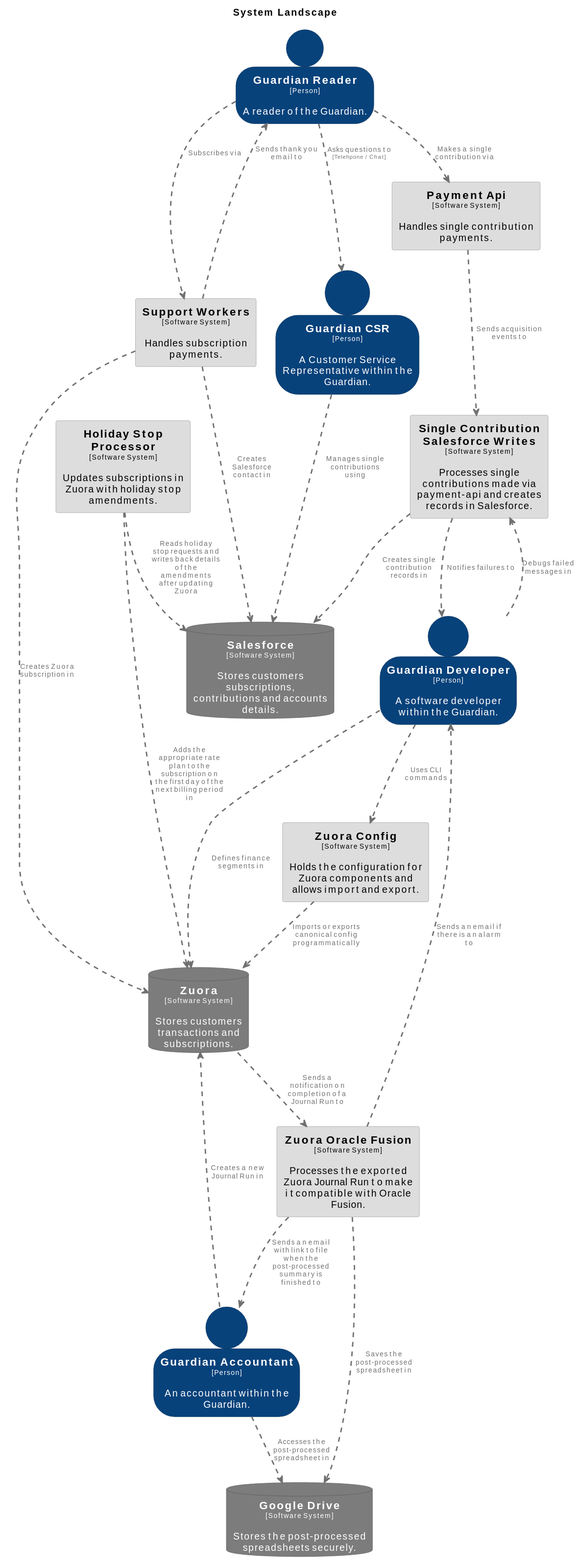
Before: images/landscape.svg, a diagram exported from PlantUML (guardian/architecture-diagrams).
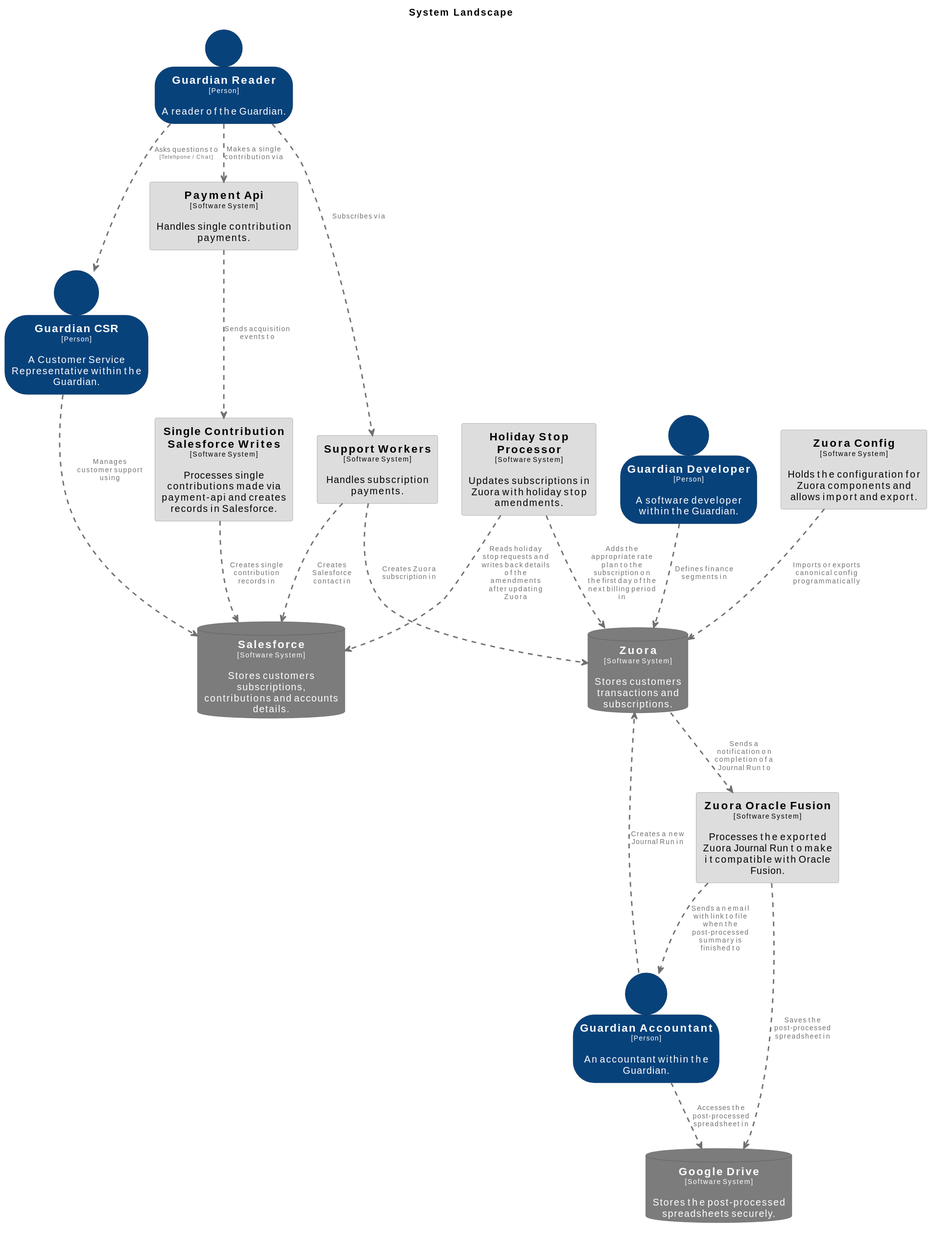
The same file after the commit.

Commit message:
refactor: export landscape view

The edit, as a diff of the source:
```diff
@@ -100,32 +100,27 @@
 person "==Guardian Developer\n<size:10>[Person]</size>\n\nA software developer within the Guardian." <<GuardianDeveloper>> as GuardianDeveloper
 person "==Guardian Accountant\n<size:10>[Person]</size>\n\nAn accountant within the Guardian." <<GuardianAccountant>> as GuardianAccountant
 person "==Guardian CSR\n<size:10>[Person]</size>\n\nA Customer Service Representative within the Guardian." <<GuardianCSR>> as GuardianCSR
+database "==Salesforce\n<size:10>[Software System]</size>\n\nStores customers subscriptions, contributions and accounts details." <<Salesforce>> as Salesforce
 database "==Zuora\n<size:10>[Software System]</size>\n\nStores customers transactions and subscriptions." <<Zuora>> as Zuora
-database "==Salesforce\n<size:10>[Software System]</size>\n\nStores customers subscriptions, contributions and accounts details." <<Salesforce>> as Salesforce
 database "==Google Drive\n<size:10>[Software System]</size>\n\nStores the post-processed spreadsheets securely." <<GoogleDrive>> as GoogleDrive
 rectangle "==Zuora Oracle Fusion\n<size:10>[Software System]</size>\n\nProcesses the exported Zuora Journal Run to make it compatible with Oracle Fusion." <<ZuoraOracleFusion>> as ZuoraOracleFusion
 rectangle "==Zuora Config\n<size:10>[Software System]</size>\n\nHolds the configuration for Zuora components and allows import and export." <<ZuoraConfig>> as ZuoraConfig
 
 GuardianReader .[#707070,thickness=2].> GuardianCSR : "<color:#707070>Asks questions to\n<color:#707070><size:8>[Telehpone / Chat]</size>"
-GuardianAccountant .[#707070,thickness=2].> GoogleDrive : "<color:#707070>Accesses the post-processed spreadsheet in"
-ZuoraOracleFusion .[#707070,thickness=2].> GuardianDeveloper : "<color:#707070>Sends an email if there is an alarm to"
 ZuoraOracleFusion .[#707070,thickness=2].> GoogleDrive : "<color:#707070>Saves the post-processed spreadsheet in"
 ZuoraOracleFusion .[#707070,thickness=2].> GuardianAccountant : "<color:#707070>Sends an email with link to file when the post-processed summary is finished to"
+GuardianAccountant .[#707070,thickness=2].> GoogleDrive : "<color:#707070>Accesses the post-processed spreadsheet in"
 Zuora .[#707070,thickness=2].> ZuoraOracleFusion : "<color:#707070>Sends a notification on completion of a Journal Run to"
 GuardianDeveloper .[#707070,thickness=2].> Zuora : "<color:#707070>Defines finance segments in"
 GuardianAccountant .[#707070,thickness=2].> Zuora : "<color:#707070>Creates a new Journal Run in"
-GuardianDeveloper .[#707070,thickness=2].> ZuoraConfig : "<color:#707070>Uses CLI commands"
 ZuoraConfig .[#707070,thickness=2].> Zuora : "<color:#707070>Imports or exports canonical config programmatically"
-SingleContributionSalesforceWrites .[#707070,thickness=2].> GuardianDeveloper : "<color:#707070>Notifies failures to"
+PaymentApi .[#707070,thickness=2].> SingleContributionSalesforceWrites : "<color:#707070>Sends acquisition events to"
 SingleContributionSalesforceWrites .[#707070,thickness=2].> Salesforce : "<color:#707070>Creates single contribution records in"
-PaymentApi .[#707070,thickness=2].> SingleContributionSalesforceWrites : "<color:#707070>Sends acquisition events to"
-GuardianDeveloper .[#707070,thickness=2].> SingleContributionSalesforceWrites : "<color:#707070>Debugs failed messages in"
-GuardianCSR .[#707070,thickness=2].> Salesforce : "<color:#707070>Manages single contributions using"
+GuardianCSR .[#707070,thickness=2].> Salesforce : "<color:#707070>Manages customer support using"
 GuardianReader .[#707070,thickness=2].> PaymentApi : "<color:#707070>Makes a single contribution via"
-SupportWorkers .[#707070,thickness=2].> GuardianReader : "<color:#707070>Sends thank you email to"
 SupportWorkers .[#707070,thickness=2].> Zuora : "<color:#707070>Creates Zuora subscription in"
 SupportWorkers .[#707070,thickness=2].> Salesforce : "<color:#707070>Creates Salesforce contact in"
 GuardianReader .[#707070,thickness=2].> SupportWorkers : "<color:#707070>Subscribes via"
+HolidayStopProcessor .[#707070,thickness=2].> Salesforce : "<color:#707070>Reads holiday stop requests and writes back details of the amendments after updating Zuora"
 HolidayStopProcessor .[#707070,thickness=2].> Zuora : "<color:#707070>Adds the appropriate rate plan to the subscription on the first day of the next billing period in"
-HolidayStopProcessor .[#707070,thickness=2].> Salesforce : "<color:#707070>Reads holiday stop requests and writes back details of the amendments after updating Zuora"
 @enduml
```
